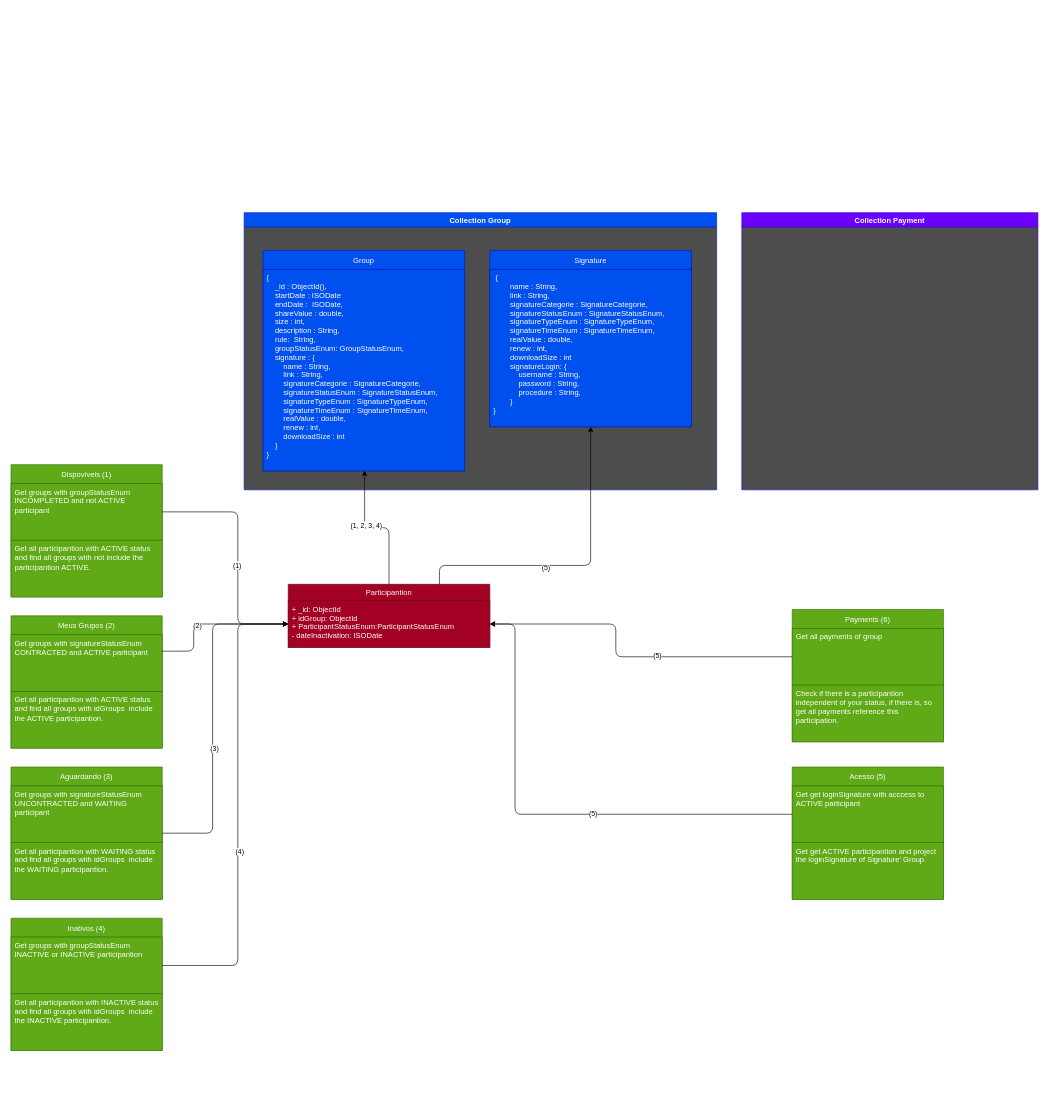
Before: page "Pages" (1 of 5) of SharEver.drawio in hoiama/UML, a draw.io diagram. Source tidied: cells renumbered, new cells numbered last; positions are measured from the earlier drawing's top-left corner, leaving out a move shared by most shapes. Both pictures are drawn from the tidied source at 63%, with x=0, y=0 at pixel (11, 212).
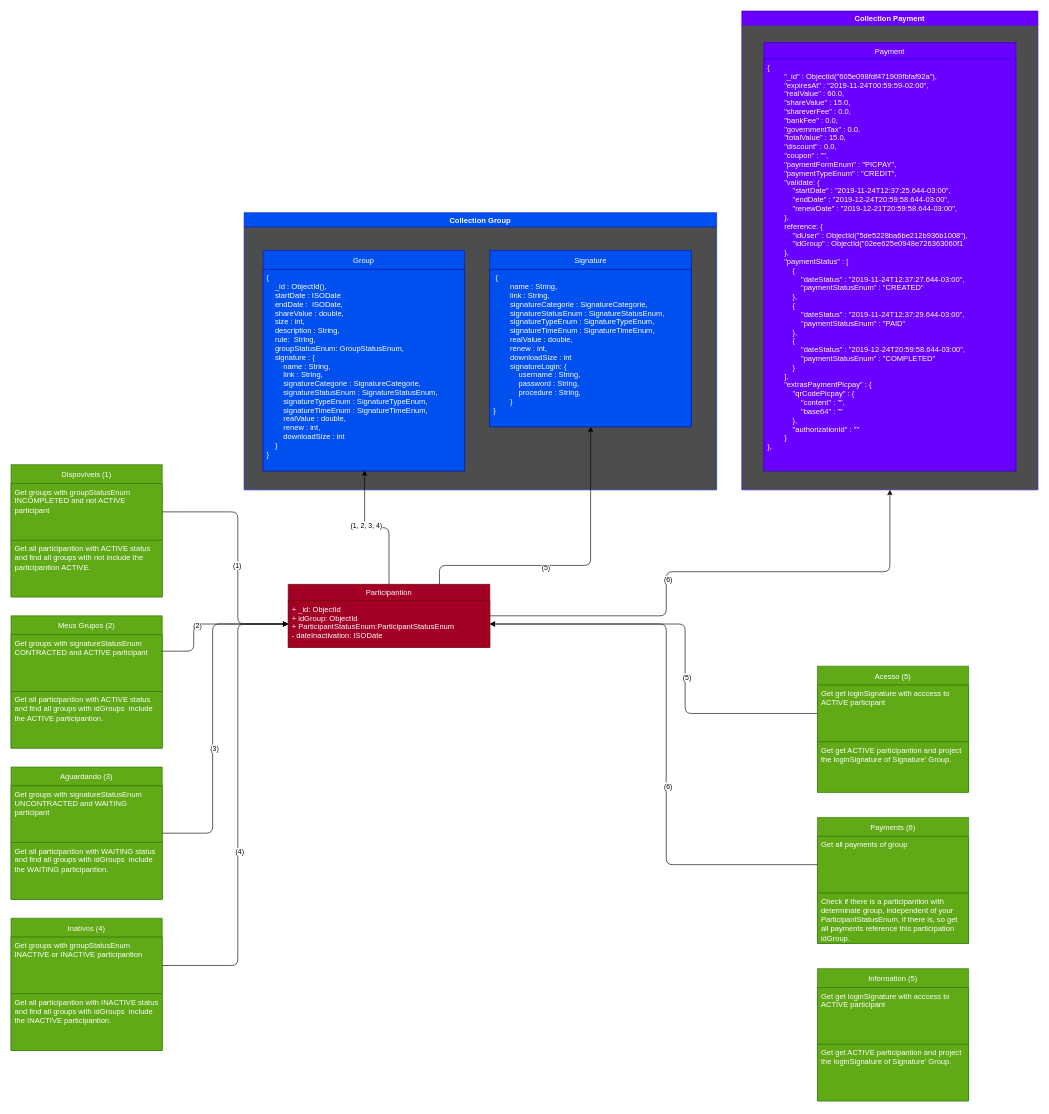
Above is the later version.

Unchanged cells that the change refers to:
```xml
<mxCell id="8" value="Participantion" style="swimlane;fontStyle=0;horizontal=1;startSize=26;fillColor=#a20025;strokeColor=#6F0000;fontColor=#ffffff;" parent="1" vertex="1">
  <mxGeometry x="440" y="590" width="320" height="100" as="geometry" />
</mxCell>
<mxCell id="9" value="+ _id: ObjectId&#10;+ idGroup: ObjectId&#10;+ ParticipantStatusEnum:ParticipantStatusEnum&#10;- dateInactivation: ISODate" style="text;strokeColor=#6F0000;fillColor=#a20025;align=left;verticalAlign=top;spacingLeft=4;spacingRight=4;overflow=hidden;points=[[0,0.5],[1,0.5]];portConstraint=eastwest;fontColor=#ffffff;" parent="8" vertex="1">
  <mxGeometry y="26" width="320" height="74" as="geometry" />
</mxCell>
<mxCell id="25" value="Get get loginSignature with acccess to ACTIVE participant" style="text;strokeColor=#2D7600;fillColor=#60a917;align=left;verticalAlign=top;spacingLeft=4;spacingRight=4;overflow=hidden;points=[[0,0.5],[1,0.5]];portConstraint=eastwest;fontSize=12;fontColor=#ffffff;whiteSpace=wrap;" parent="24" vertex="1">
  <mxGeometry y="30" width="240" height="90" as="geometry" />
</mxCell>
<mxCell id="30" value="Get all payments of group" style="text;strokeColor=#2D7600;fillColor=#60a917;align=left;verticalAlign=top;spacingLeft=4;spacingRight=4;overflow=hidden;points=[[0,0.5],[1,0.5]];portConstraint=eastwest;fontSize=12;fontColor=#ffffff;whiteSpace=wrap;" parent="29" vertex="1">
  <mxGeometry y="30" width="240" height="90" as="geometry" />
</mxCell>
```

The edit, as a diff of the source:
```diff
@@
     <mxCell id="24" value="Acesso (5)" style="swimlane;fontStyle=0;horizontal=1;startSize=30;fillColor=#60a917;strokeColor=#2D7600;fontColor=#ffffff;" parent="1" vertex="1">
-      <mxGeometry x="1240" y="880" width="240" height="210" as="geometry" />
+      <mxGeometry x="1280" y="720" width="240" height="200" as="geometry" />
     </mxCell>
@@
     <mxCell id="26" value="Get get ACTIVE participantion and project the loginSignature of Signature' Group." style="text;strokeColor=#2D7600;fillColor=#60a917;align=left;verticalAlign=top;spacingLeft=4;spacingRight=4;overflow=hidden;fontSize=12;fontColor=#ffffff;whiteSpace=wrap;" parent="24" vertex="1">
-      <mxGeometry y="120" width="240" height="90" as="geometry" />
+      <mxGeometry y="120" width="240" height="80" as="geometry" />
     </mxCell>
     <mxCell id="27" style="edgeStyle=orthogonalEdgeStyle;jettySize=auto;html=1;entryX=1;entryY=0.5;entryDx=0;entryDy=0;exitX=0;exitY=0.5;exitDx=0;exitDy=0;fillColor=#f5f5f5;" parent="1" edge="1" source="25" target="9">
       <mxGeometry relative="1" as="geometry">
         <Array as="points">
-          <mxPoint x="800" y="955" />
-          <mxPoint x="800" y="653" />
+          <mxPoint x="1070" y="795" />
+          <mxPoint x="1070" y="653" />
         </Array>
       </mxGeometry>
     </mxCell>
@@
     <mxCell id="29" value="Payments (6)" style="swimlane;fontStyle=0;horizontal=1;startSize=30;fillColor=#60a917;strokeColor=#2D7600;fontColor=#ffffff;" parent="1" vertex="1">
-      <mxGeometry x="1240" y="630" width="240" height="210" as="geometry" />
+      <mxGeometry x="1280" y="960" width="240" height="200" as="geometry" />
     </mxCell>
@@
-    <mxCell id="31" value="Check if there is a participantion independent of your status, if there is, so get all payments reference this participation." style="text;strokeColor=#2D7600;fillColor=#60a917;align=left;verticalAlign=top;spacingLeft=4;spacingRight=4;overflow=hidden;fontSize=12;fontColor=#ffffff;whiteSpace=wrap;" parent="29" vertex="1">
-      <mxGeometry y="120" width="240" height="90" as="geometry" />
+    <mxCell id="31" value="Check if there is a participantion with determinate group, independent of your ParticipantStatusEnum, if there is, so get all payments reference this participation idGroup." style="text;strokeColor=#2D7600;fillColor=#60a917;align=left;verticalAlign=top;spacingLeft=4;spacingRight=4;overflow=hidden;fontSize=12;fontColor=#ffffff;whiteSpace=wrap;" parent="29" vertex="1">
+      <mxGeometry y="120" width="240" height="80" as="geometry" />
     </mxCell>
     <mxCell id="32" style="edgeStyle=orthogonalEdgeStyle;jettySize=auto;html=1;entryX=1;entryY=0.5;entryDx=0;entryDy=0;exitX=0;exitY=0.5;exitDx=0;exitDy=0;fillColor=#f5f5f5;" parent="1" edge="1" source="30" target="9">
       <mxGeometry relative="1" as="geometry">
         <Array as="points">
-          <mxPoint x="960" y="705" />
-          <mxPoint x="960" y="653" />
+          <mxPoint x="1040" y="1035" />
+          <mxPoint x="1040" y="653" />
         </Array>
       </mxGeometry>
     </mxCell>
-    <mxCell id="33" value="(5)" style="edgeLabel;html=1;align=center;verticalAlign=middle;" parent="32" vertex="1">
+    <mxCell id="33" value="(6)" style="edgeLabel;html=1;align=center;verticalAlign=middle;" parent="32" vertex="1">
       <mxGeometry x="-0.19" y="-2" relative="1" as="geometry" />
     </mxCell>
@@
     <mxCell id="39" value="Collection Payment" style="swimlane;fillColor=#6a00ff;strokeColor=#3700CC;fontColor=#ffffff;swimlaneFillColor=#4D4D4D;" parent="1" vertex="1">
-      <mxGeometry x="1160" width="470" height="440" as="geometry" />
+      <mxGeometry x="1160" y="-320" width="470" height="760" as="geometry" />
     </mxCell>
+    <mxCell id="44" value="Payment" style="swimlane;fontStyle=0;horizontal=1;startSize=26;fillColor=#6a00ff;strokeColor=#3700CC;fontColor=#ffffff;" parent="39" vertex="1">
+      <mxGeometry x="35" y="50" width="400" height="680" as="geometry" />
+    </mxCell>
+    <mxCell id="45" value="{&#10;        &quot;_id&quot; : ObjectId(&quot;605e098fdf471909fbfaf92a&quot;),&#10;        &quot;expiresAt&quot; : &quot;2019-11-24T00:59:59-02:00&quot;,&#10;        &quot;realValue&quot; : 60.0,&#10;        &quot;shareValue&quot; : 15.0,&#10;        &quot;shareverFee&quot; : 0.0,&#10;        &quot;bankFee&quot; : 0.0,&#10;        &quot;governmentTax&quot; : 0.0,&#10;        &quot;totalValue&quot; : 15.0,&#10;        &quot;discount&quot; : 0.0,&#10;        &quot;coupon&quot; : &quot;&quot;,&#10;        &quot;paymentFormEnum&quot; : &quot;PICPAY&quot;,&#10;        &quot;paymentTypeEnum&quot; : &quot;CREDIT&quot;,&#10;        &quot;validate: {&#10;            &quot;startDate&quot; : &quot;2019-11-24T12:37:25.644-03:00&quot;,&#10;            &quot;endDate&quot; : &quot;2019-12-24T20:59:58.644-03:00&quot;,&#10;            &quot;renewDate&quot; : &quot;2019-12-21T20:59:58.644-03:00&quot;,&#10;        },&#10;        reference: {&#10;            &quot;idUser&quot; : ObjectId(&quot;5de5228ba6be212b936b1008&quot;),&#10;            &quot;idGroup&quot; : ObjectId(&quot;02ee625e0948e726363060f1&#10;        },&#10;        &quot;paymentStatus&quot; : [           &#10;            {&#10;                &quot;dateStatus&quot; : &quot;2019-11-24T12:37:27.644-03:00&quot;,&#10;                &quot;paymentStatusEnum&quot; : &quot;CREATED&quot;&#10;            },&#10;            {&#10;                &quot;dateStatus&quot; : &quot;2019-11-24T12:37:29.644-03:00&quot;,&#10;                &quot;paymentStatusEnum&quot; : &quot;PAID&quot;&#10;            },&#10;            {&#10;                &quot;dateStatus&quot; : &quot;2019-12-24T20:59:58.644-03:00&quot;,&#10;                &quot;paymentStatusEnum&quot; : &quot;COMPLETED&quot;&#10;            }&#10;        ],&#10;        &quot;extrasPaymentPicpay&quot; : {&#10;            &quot;qrCodePicpay&quot; : {&#10;                &quot;content&quot; : &quot;&quot;,&#10;                &quot;base64&quot; : &quot;&quot;&#10;            },&#10;            &quot;authorizationId&quot; : &quot;&quot;&#10;        }&#10;}," style="text;strokeColor=#3700CC;fillColor=#6a00ff;align=left;verticalAlign=top;spacingLeft=4;spacingRight=4;overflow=hidden;fontSize=12;fontColor=#ffffff;" parent="44" vertex="1">
+      <mxGeometry y="26" width="400" height="654" as="geometry" />
+    </mxCell>
@@
+    <mxCell id="46" style="edgeStyle=orthogonalEdgeStyle;jettySize=auto;html=1;exitX=1;exitY=0.5;exitDx=0;exitDy=0;fillColor=#f5f5f5;entryX=0.5;entryY=1;entryDx=0;entryDy=0;" parent="1" edge="1" source="8" target="39">
+      <mxGeometry relative="1" as="geometry">
+        <Array as="points">
+          <mxPoint x="1040" y="640" />
+          <mxPoint x="1040" y="570" />
+          <mxPoint x="1395" y="570" />
+        </Array>
+      </mxGeometry>
+    </mxCell>
+    <mxCell id="47" value="(6)" style="edgeLabel;html=1;align=center;verticalAlign=middle;" parent="46" vertex="1">
+      <mxGeometry x="-0.19" y="-2" relative="1" as="geometry" />
+    </mxCell>
+    <mxCell id="48" value="Information (5)" style="swimlane;fontStyle=0;horizontal=1;startSize=30;fillColor=#60a917;strokeColor=#2D7600;fontColor=#ffffff;" parent="1" vertex="1">
+      <mxGeometry x="1280" y="1200" width="240" height="210" as="geometry" />
+    </mxCell>
+    <mxCell id="49" value="Get get loginSignature with acccess to ACTIVE participant" style="text;strokeColor=#2D7600;fillColor=#60a917;align=left;verticalAlign=top;spacingLeft=4;spacingRight=4;overflow=hidden;fontSize=12;fontColor=#ffffff;whiteSpace=wrap;" parent="48" vertex="1">
+      <mxGeometry y="30" width="240" height="90" as="geometry" />
+    </mxCell>
+    <mxCell id="50" value="Get get ACTIVE participantion and project the loginSignature of Signature' Group." style="text;strokeColor=#2D7600;fillColor=#60a917;align=left;verticalAlign=top;spacingLeft=4;spacingRight=4;overflow=hidden;fontSize=12;fontColor=#ffffff;whiteSpace=wrap;" parent="48" vertex="1">
+      <mxGeometry y="120" width="240" height="90" as="geometry" />
+    </mxCell>
```
